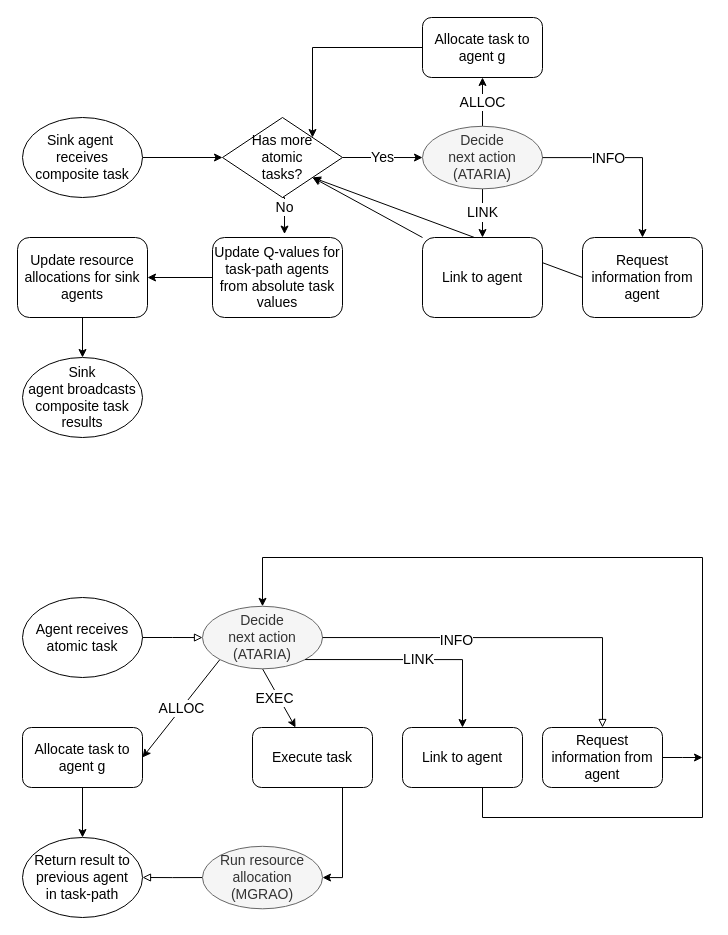
Earlier version of the draw.io diagram source/algorithm-flow.drawio (sevenmachines/els_energy_optimisation_and_adaptive_coverage_in_wsn_systems). Source tidied: cells renumbered, new cells numbered last; positions are measured from the earlier drawing's top-left corner, leaving out a move shared by most shapes. Both pictures are drawn from the tidied source at 100%, with x=0, y=0 at pixel (17, 17).
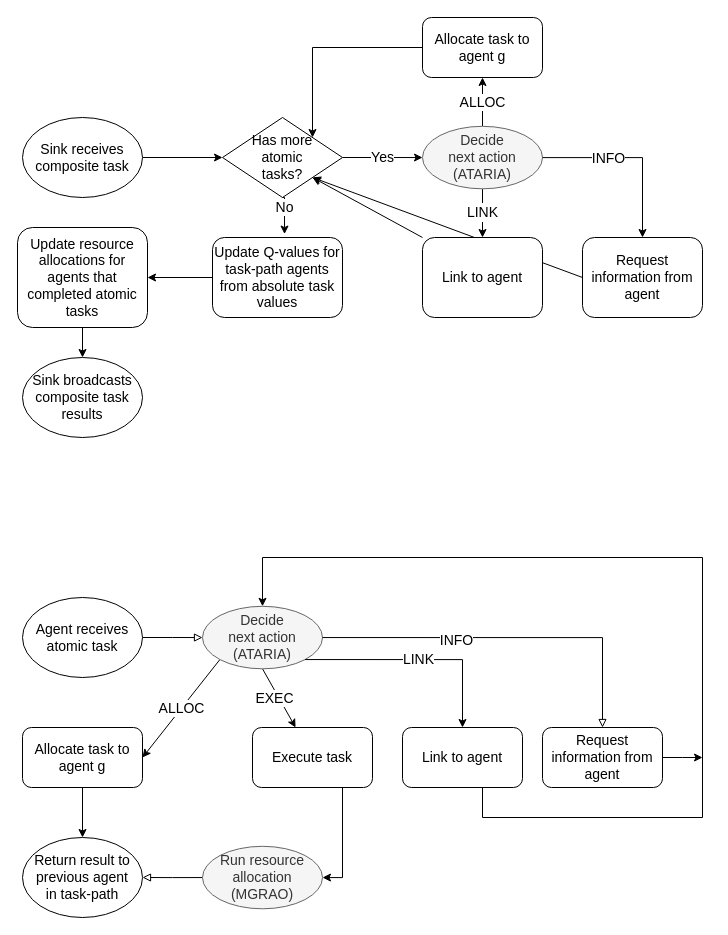
After the change.

The edit, as a diff of the source:
```diff
@@
-    <mxCell id="3" value="Sink agent&amp;nbsp;&lt;br&gt;receives composite task" style="ellipse;whiteSpace=wrap;html=1;fontSize=14;" parent="1" vertex="1">
+    <mxCell id="3" value="Sink receives composite task" style="ellipse;whiteSpace=wrap;html=1;fontSize=14;" parent="1" vertex="1">
       <mxGeometry x="5" y="100" width="120" height="80" as="geometry" />
     </mxCell>
@@
-    <mxCell id="10" value="Sink agent&amp;nbsp;broadcasts composite task results" style="ellipse;whiteSpace=wrap;html=1;fontSize=14;" parent="1" vertex="1">
+    <mxCell id="10" value="Sink broadcasts composite task results" style="ellipse;whiteSpace=wrap;html=1;fontSize=14;" parent="1" vertex="1">
       <mxGeometry x="5" y="340" width="120" height="80" as="geometry" />
     </mxCell>
@@
-    <mxCell id="42" value="Update resource allocations for sink agents" style="rounded=1;whiteSpace=wrap;html=1;fontSize=14;" parent="1" vertex="1">
-      <mxGeometry y="220" width="130" height="80" as="geometry" />
+    <mxCell id="42" value="Update resource allocations for agents that completed atomic tasks" style="rounded=1;whiteSpace=wrap;html=1;fontSize=14;" parent="1" vertex="1">
+      <mxGeometry y="210" width="130" height="100" as="geometry" />
     </mxCell>
```
